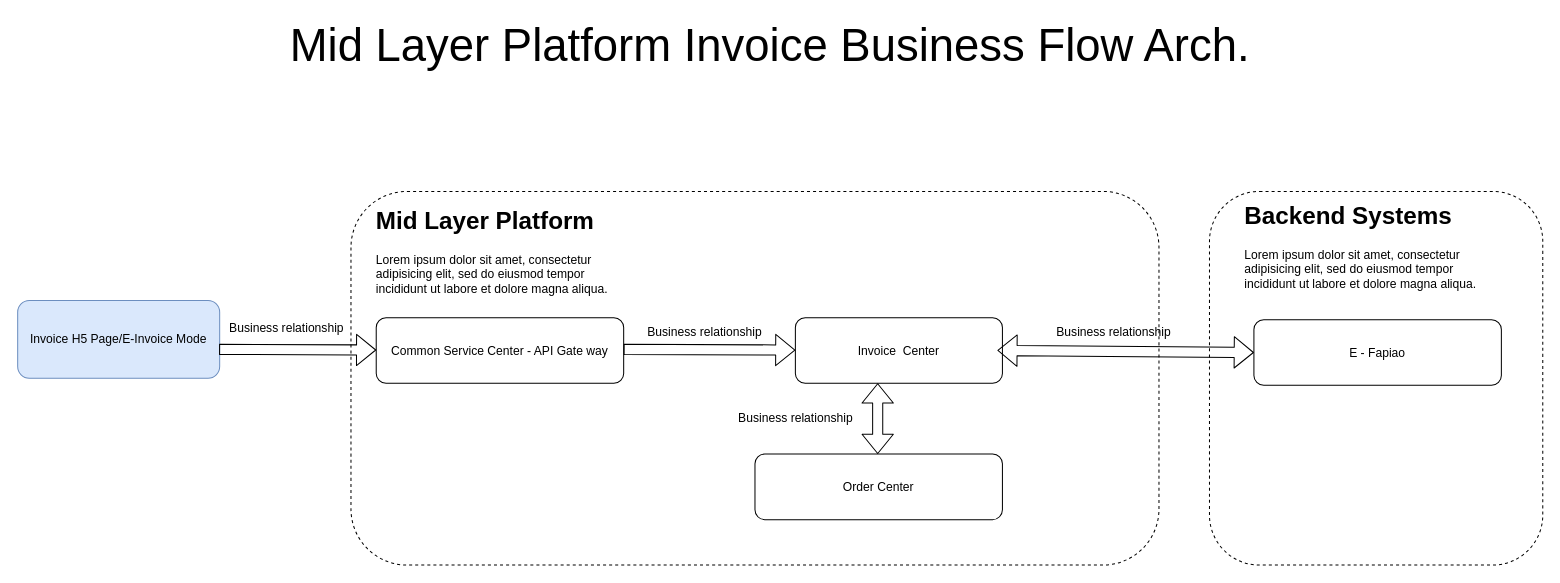
The draw.io diagram InvoiceCenterArch.drawio in sotheair/designs, before the edit. Source tidied: cells renumbered, new cells numbered last; positions are measured from the earlier drawing's top-left corner, leaving out a move shared by most shapes. Both pictures are drawn from the tidied source at 101%, with x=0, y=0 at pixel (17, 19).
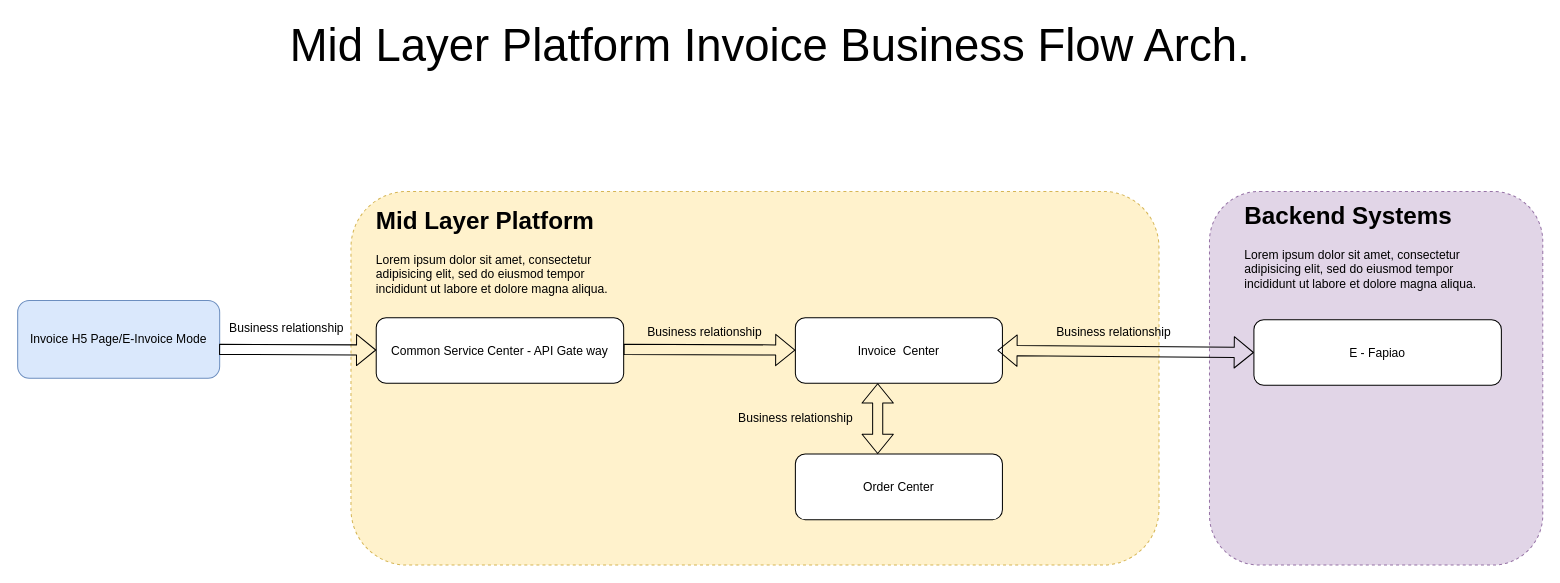
After the change.

The edit, as a diff of the source:
```diff
@@
-    <mxCell id="3" style="rounded=1;whiteSpace=wrap;html=1;dashed=1;" parent="1" vertex="1">
+    <mxCell id="3" style="rounded=1;whiteSpace=wrap;html=1;dashed=1;fillColor=#fff2cc;strokeColor=#d6b656;" parent="1" vertex="1">
       <mxGeometry x="330" y="170" width="800" height="370" as="geometry" />
     </mxCell>
@@
     <mxCell id="7" value="Order Center " style="rounded=1;whiteSpace=wrap;html=1;" parent="1" vertex="1">
-      <mxGeometry x="730" y="430" width="245" height="65" as="geometry" />
+      <mxGeometry x="770" y="430" width="205" height="65" as="geometry" />
     </mxCell>
-    <mxCell id="8" style="rounded=1;whiteSpace=wrap;html=1;dashed=1;" parent="1" vertex="1">
+    <mxCell id="8" style="rounded=1;whiteSpace=wrap;html=1;dashed=1;fillColor=#e1d5e7;strokeColor=#9673a6;" parent="1" vertex="1">
       <mxGeometry x="1180" y="170" width="330" height="370" as="geometry" />
     </mxCell>
```
